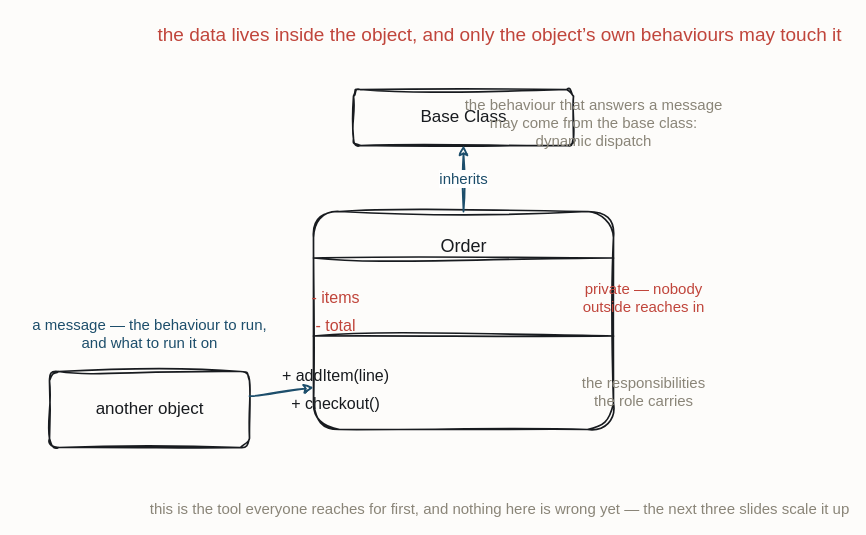
This is resources/flow-oo-class.drawio from iancooper/practical-messaging, a draw.io file, before an edit. Source tidied: cells renumbered, new cells numbered last; positions are measured from the earlier drawing's top-left corner, leaving out a move shared by most shapes. Both pictures are drawn from the tidied source at 100%, with x=0, y=0 at pixel (49, 17).
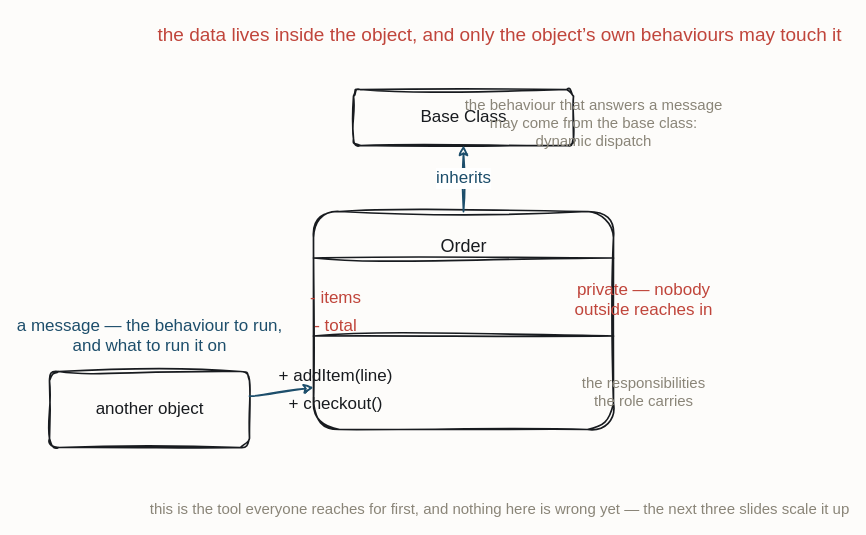
The same page after the edit.

The change refers to these unchanged cells:
```xml
<mxCell id="3" value="Base Class" style="sketch=1;hachureGap=4;jiggle=2;curveFitting=1;fontFamily=Caveat;html=1;rounded=1;arcSize=12;strokeColor=#181B1F;strokeWidth=1.7;fillColor=none;fontColor=#181B1F;fontSize=17;" parent="1" vertex="1">
  <mxGeometry x="304" y="72" width="220" height="56" as="geometry" />
</mxCell>
<mxCell id="4" style="sketch=1;hachureGap=4;jiggle=2;curveFitting=1;fontFamily=Caveat;html=1;rounded=1;arcSize=12;strokeColor=#181B1F;strokeWidth=1.7;fillColor=none;fontColor=#181B1F;fontSize=15;" parent="1" vertex="1">
  <mxGeometry x="264" y="194" width="300" height="218" as="geometry" />
</mxCell>
<mxCell id="15" value="another object" style="sketch=1;hachureGap=4;jiggle=2;curveFitting=1;fontFamily=Caveat;html=1;rounded=1;arcSize=12;strokeColor=#181B1F;strokeWidth=1.7;fillColor=none;fontColor=#181B1F;fontSize=17;" parent="1" vertex="1">
  <mxGeometry y="354" width="200" height="76" as="geometry" />
</mxCell>
```

Diff of the diagram source:
```diff
@@
-    <mxCell id="7" value="- items" style="text;html=1;align=center;fontFamily=Caveat;fontSize=16;fontColor=#C0453B;" parent="1" vertex="1">
+    <mxCell id="7" value="- items" style="text;html=1;align=center;fontFamily=Caveat;fontSize=17;fontColor=#C0453B;" parent="1" vertex="1">
       <mxGeometry x="226" y="264" width="120" height="20" as="geometry" />
     </mxCell>
-    <mxCell id="8" value="- total" style="text;html=1;align=center;fontFamily=Caveat;fontSize=16;fontColor=#C0453B;" parent="1" vertex="1">
+    <mxCell id="8" value="- total" style="text;html=1;align=center;fontFamily=Caveat;fontSize=17;fontColor=#C0453B;" parent="1" vertex="1">
       <mxGeometry x="226" y="292" width="120" height="20" as="geometry" />
     </mxCell>
@@
-    <mxCell id="10" value="+ addItem(line)" style="text;html=1;align=center;fontFamily=Caveat;fontSize=16;fontColor=#181B1F;" parent="1" vertex="1">
+    <mxCell id="10" value="+ addItem(line)" style="text;html=1;align=center;fontFamily=Caveat;fontSize=17;fontColor=#181B1F;" parent="1" vertex="1">
       <mxGeometry x="226" y="342" width="120" height="20" as="geometry" />
     </mxCell>
-    <mxCell id="11" value="+ checkout()" style="text;html=1;align=center;fontFamily=Caveat;fontSize=16;fontColor=#181B1F;" parent="1" vertex="1">
+    <mxCell id="11" value="+ checkout()" style="text;html=1;align=center;fontFamily=Caveat;fontSize=17;fontColor=#181B1F;" parent="1" vertex="1">
       <mxGeometry x="226" y="370" width="120" height="20" as="geometry" />
     </mxCell>
-    <mxCell id="12" value="private — nobody&#10;outside reaches in" style="text;html=1;align=center;fontFamily=Caveat;fontSize=15;fontColor=#C0453B;" parent="1" vertex="1">
+    <mxCell id="12" value="private — nobody&#10;outside reaches in" style="text;html=1;align=center;fontFamily=Caveat;fontSize=17;fontColor=#C0453B;" parent="1" vertex="1">
       <mxGeometry x="534" y="256" width="120" height="20" as="geometry" />
     </mxCell>
@@
-    <mxCell id="16" value="a message — the behaviour to run,&#10;and what to run it on" style="text;html=1;align=center;fontFamily=Caveat;fontSize=15;fontColor=#1D4E6B;" parent="1" vertex="1">
+    <mxCell id="16" value="a message — the behaviour to run,&#10;and what to run it on" style="text;html=1;align=center;fontFamily=Caveat;fontSize=17;fontColor=#1D4E6B;" parent="1" vertex="1">
       <mxGeometry x="40" y="292" width="120" height="20" as="geometry" />
     </mxCell>
@@
-    <mxCell id="18" value="inherits" style="sketch=1;jiggle=2;curveFitting=1;edgeStyle=none;rounded=0;strokeColor=#1D4E6B;strokeWidth=1.8;fontFamily=Caveat;fontSize=15;fontColor=#1D4E6B;html=1;exitX=0.5;exitY=0.0;exitDx=0;exitDy=0;entryX=0.5;entryY=1.0;entryDx=0;entryDy=0;" parent="1" edge="1" source="4" target="3">
+    <mxCell id="18" value="inherits" style="sketch=1;jiggle=2;curveFitting=1;edgeStyle=none;rounded=0;strokeColor=#1D4E6B;strokeWidth=1.8;fontFamily=Caveat;fontSize=17;fontColor=#1D4E6B;html=1;exitX=0.5;exitY=0.0;exitDx=0;exitDy=0;entryX=0.5;entryY=1.0;entryDx=0;entryDy=0;" parent="1" edge="1" source="4" target="3">
       <mxGeometry relative="1" as="geometry" />
     </mxCell>
-    <mxCell id="19" style="sketch=1;jiggle=2;curveFitting=1;edgeStyle=none;rounded=0;strokeColor=#1D4E6B;strokeWidth=1.8;fontFamily=Caveat;fontSize=15;fontColor=#1D4E6B;html=1;" parent="1" edge="1" source="15">
+    <mxCell id="19" style="sketch=1;jiggle=2;curveFitting=1;edgeStyle=none;rounded=0;strokeColor=#1D4E6B;strokeWidth=1.8;fontFamily=Caveat;fontSize=17;fontColor=#1D4E6B;html=1;" parent="1" edge="1" source="15">
       <mxGeometry relative="1" as="geometry">
         <mxPoint x="264" y="370" as="targetPoint" />
       </mxGeometry>
     </mxCell>
```
